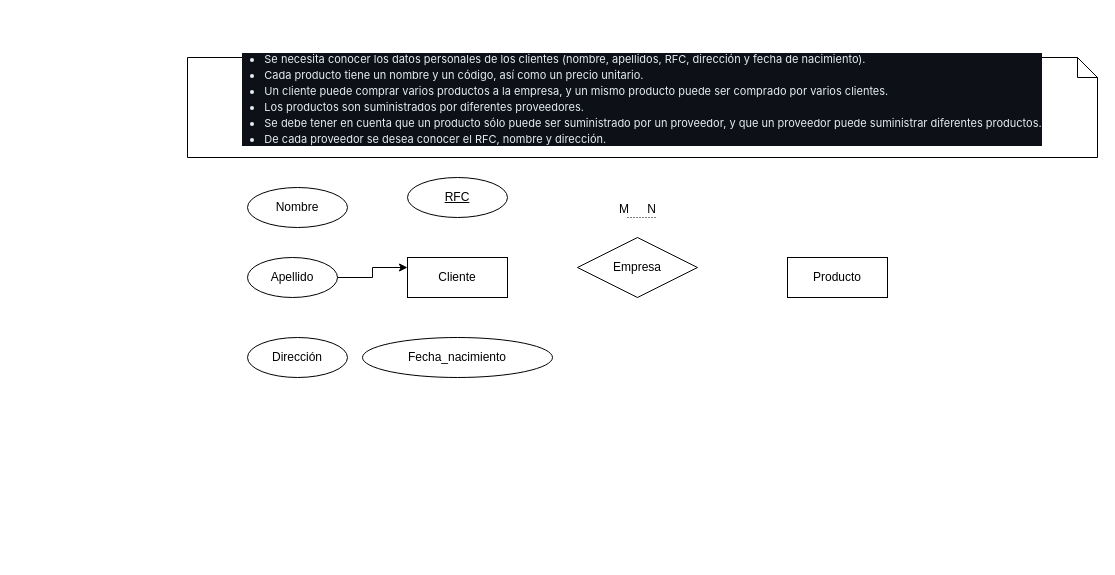
semjat/BASE-DE-DATOS-SEMJAT keeps this draw.io diagram as Diagrama sin título.drawio. Above is the earlier version. Source tidied: cells renumbered, new cells numbered last; positions are measured from the earlier drawing's top-left corner, leaving out a move shared by most shapes. Both pictures are drawn from the tidied source at 100%, with x=0, y=0 at pixel (187, 57).
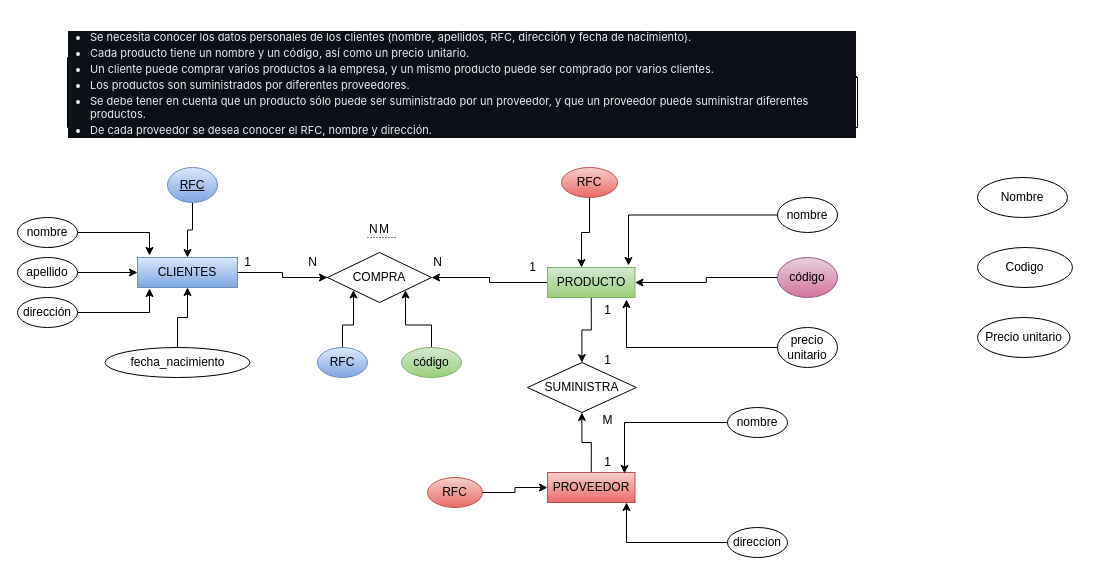
The same page after the edit.

Change to the diagram source:
```diff
@@
     <mxCell id="2" value="&lt;font style=&quot;font-size: 11px;&quot;&gt;&lt;br&gt;&lt;/font&gt;&lt;ul style=&quot;box-sizing: border-box; padding-left: 2em; margin-top: 0px; margin-bottom: 16px; color: rgb(230, 237, 243); font-family: -apple-system, BlinkMacSystemFont, &amp;quot;Segoe UI&amp;quot;, &amp;quot;Noto Sans&amp;quot;, Helvetica, Arial, sans-serif, &amp;quot;Apple Color Emoji&amp;quot;, &amp;quot;Segoe UI Emoji&amp;quot;; font-style: normal; font-variant-ligatures: normal; font-variant-caps: normal; font-weight: 400; letter-spacing: normal; orphans: 2; text-align: start; text-indent: 0px; text-transform: none; widows: 2; word-spacing: 0px; -webkit-text-stroke-width: 0px; background-color: rgb(13, 17, 23); text-decoration-thickness: initial; text-decoration-style: initial; text-decoration-color: initial; font-size: 11px;&quot; dir=&quot;auto&quot;&gt;&lt;li style=&quot;box-sizing: border-box;&quot;&gt;&lt;font style=&quot;font-size: 11px;&quot;&gt;Se necesita conocer los datos personales de los clientes (nombre, apellidos, RFC, dirección y fecha de nacimiento).&lt;/font&gt;&lt;/li&gt;&lt;li style=&quot;box-sizing: border-box; margin-top: 0.25em;&quot;&gt;&lt;font style=&quot;font-size: 11px;&quot;&gt;Cada producto tiene un nombre y un código, así como un precio unitario.&lt;/font&gt;&lt;/li&gt;&lt;li style=&quot;box-sizing: border-box; margin-top: 0.25em;&quot;&gt;&lt;font style=&quot;font-size: 11px;&quot;&gt;Un cliente puede comprar varios productos a la empresa, y un mismo producto puede ser comprado por varios clientes.&lt;/font&gt;&lt;/li&gt;&lt;li style=&quot;box-sizing: border-box; margin-top: 0.25em;&quot;&gt;&lt;font style=&quot;font-size: 11px;&quot;&gt;Los productos son suministrados por diferentes proveedores.&lt;/font&gt;&lt;/li&gt;&lt;li style=&quot;box-sizing: border-box; margin-top: 0.25em;&quot;&gt;&lt;font style=&quot;font-size: 11px;&quot;&gt;Se debe tener en cuenta que un producto sólo puede ser suministrado por un proveedor, y que un proveedor puede suministrar diferentes productos.&lt;/font&gt;&lt;/li&gt;&lt;li style=&quot;box-sizing: border-box; margin-top: 0.25em;&quot;&gt;&lt;font style=&quot;font-size: 11px;&quot;&gt;De cada proveedor se desea conocer el RFC, nombre y dirección.&lt;/font&gt;&lt;/li&gt;&lt;/ul&gt;&lt;font style=&quot;font-size: 11px;&quot;&gt;&lt;br&gt;&lt;/font&gt;" style="shape=note;size=20;whiteSpace=wrap;html=1;" parent="1" vertex="1">
-      <mxGeometry width="910" height="100" as="geometry" />
+      <mxGeometry x="-120" width="790" height="70" as="geometry" />
     </mxCell>
+    <mxCell id="15" style="edgeStyle=orthogonalEdgeStyle;rounded=0;jettySize=auto;html=1;exitX=1;exitY=0.5;exitDx=0;exitDy=0;entryX=0;entryY=0.5;entryDx=0;entryDy=0;" parent="1" edge="1" source="3" target="32">
+      <mxGeometry relative="1" as="geometry" />
+    </mxCell>
-    <mxCell id="3" value="Cliente" style="whiteSpace=wrap;html=1;align=center;" parent="1" vertex="1">
-      <mxGeometry x="220" y="200" width="100" height="40" as="geometry" />
+    <mxCell id="3" value="CLIENTES" style="whiteSpace=wrap;html=1;align=center;fillColor=#dae8fc;strokeColor=#6c8ebf;gradientColor=#7ea6e0;" parent="1" vertex="1">
+      <mxGeometry x="-50" y="200" width="100" height="30" as="geometry" />
     </mxCell>
+    <mxCell id="16" style="edgeStyle=orthogonalEdgeStyle;rounded=0;jettySize=auto;html=1;exitX=0;exitY=0.5;exitDx=0;exitDy=0;entryX=1;entryY=0.5;entryDx=0;entryDy=0;" parent="1" edge="1" source="4" target="32">
+      <mxGeometry relative="1" as="geometry" />
+    </mxCell>
+    <mxCell id="17" style="edgeStyle=orthogonalEdgeStyle;rounded=0;jettySize=auto;html=1;exitX=0.5;exitY=1;exitDx=0;exitDy=0;entryX=0.5;entryY=0;entryDx=0;entryDy=0;" parent="1" edge="1" source="4" target="29">
+      <mxGeometry relative="1" as="geometry" />
+    </mxCell>
-    <mxCell id="4" value="Producto" style="whiteSpace=wrap;html=1;align=center;" parent="1" vertex="1">
-      <mxGeometry x="600" y="200" width="100" height="40" as="geometry" />
+    <mxCell id="4" value="PRODUCTO" style="whiteSpace=wrap;html=1;align=center;fillColor=#d5e8d4;gradientColor=#97d077;strokeColor=#82b366;" parent="1" vertex="1">
+      <mxGeometry x="360" y="210" width="87.5" height="30" as="geometry" />
     </mxCell>
-    <mxCell id="5" value="Empresa" style="shape=rhombus;perimeter=rhombusPerimeter;whiteSpace=wrap;html=1;align=center;" parent="1" vertex="1">
-      <mxGeometry x="390" y="180" width="120" height="60" as="geometry" />
-    </mxCell>
+    <mxCell id="18" style="edgeStyle=orthogonalEdgeStyle;rounded=0;jettySize=auto;html=1;exitX=0.5;exitY=1;exitDx=0;exitDy=0;" parent="1" edge="1" source="6">
+      <mxGeometry relative="1" as="geometry">
+        <mxPoint x="-134.7" y="170" as="targetPoint" />
+      </mxGeometry>
+    </mxCell>
+    <mxCell id="19" style="edgeStyle=orthogonalEdgeStyle;rounded=0;jettySize=auto;html=1;exitX=1;exitY=0.5;exitDx=0;exitDy=0;entryX=0.12;entryY=-0.067;entryDx=0;entryDy=0;entryPerimeter=0;" parent="1" edge="1" source="6" target="3">
+      <mxGeometry relative="1" as="geometry" />
+    </mxCell>
-    <mxCell id="6" value="Nombre" style="ellipse;whiteSpace=wrap;html=1;align=center;" parent="1" vertex="1">
-      <mxGeometry x="60" y="130" width="100" height="40" as="geometry" />
+    <mxCell id="6" value="nombre" style="ellipse;whiteSpace=wrap;html=1;align=center;" parent="1" vertex="1">
+      <mxGeometry x="-170" y="160" width="60" height="30" as="geometry" />
     </mxCell>
-    <mxCell id="7" style="edgeStyle=orthogonalEdgeStyle;rounded=0;jettySize=auto;html=1;exitX=1;exitY=0.5;exitDx=0;exitDy=0;entryX=0;entryY=0.25;entryDx=0;entryDy=0;" parent="1" edge="1" source="8" target="3">
+    <mxCell id="7" style="edgeStyle=orthogonalEdgeStyle;rounded=0;jettySize=auto;html=1;exitX=1;exitY=0.5;exitDx=0;exitDy=0;entryX=0;entryY=0.5;entryDx=0;entryDy=0;" parent="1" edge="1" source="8" target="3">
       <mxGeometry relative="1" as="geometry" />
     </mxCell>
-    <mxCell id="8" value="Apellido" style="ellipse;whiteSpace=wrap;html=1;align=center;" parent="1" vertex="1">
-      <mxGeometry x="60" y="200" width="90" height="40" as="geometry" />
+    <mxCell id="8" value="apellido" style="ellipse;whiteSpace=wrap;html=1;align=center;" parent="1" vertex="1">
+      <mxGeometry x="-170" y="200" width="60" height="30" as="geometry" />
     </mxCell>
+    <mxCell id="20" style="edgeStyle=orthogonalEdgeStyle;rounded=0;jettySize=auto;html=1;exitX=1;exitY=0.5;exitDx=0;exitDy=0;entryX=0.12;entryY=1.033;entryDx=0;entryDy=0;entryPerimeter=0;" parent="1" edge="1" source="9" target="3">
+      <mxGeometry relative="1" as="geometry" />
+    </mxCell>
-    <mxCell id="9" value="Dirección" style="ellipse;whiteSpace=wrap;html=1;align=center;" parent="1" vertex="1">
-      <mxGeometry x="60" y="280" width="100" height="40" as="geometry" />
+    <mxCell id="9" value="dirección" style="ellipse;whiteSpace=wrap;html=1;align=center;" parent="1" vertex="1">
+      <mxGeometry x="-170" y="240" width="60" height="30" as="geometry" />
     </mxCell>
+    <mxCell id="21" style="edgeStyle=orthogonalEdgeStyle;rounded=0;jettySize=auto;html=1;exitX=0.5;exitY=1;exitDx=0;exitDy=0;entryX=0.5;entryY=0;entryDx=0;entryDy=0;" parent="1" edge="1" source="10" target="3">
+      <mxGeometry relative="1" as="geometry" />
+    </mxCell>
-    <mxCell id="10" value="RFC" style="ellipse;whiteSpace=wrap;html=1;align=center;fontStyle=4;" parent="1" vertex="1">
-      <mxGeometry x="220" y="120" width="100" height="40" as="geometry" />
+    <mxCell id="10" value="RFC" style="ellipse;whiteSpace=wrap;html=1;align=center;fontStyle=4;fillColor=#dae8fc;strokeColor=#6c8ebf;gradientColor=#7ea6e0;" parent="1" vertex="1">
+      <mxGeometry x="-20" y="110" width="50" height="35" as="geometry" />
     </mxCell>
+    <mxCell id="22" style="edgeStyle=orthogonalEdgeStyle;rounded=0;jettySize=auto;html=1;exitX=0.5;exitY=0;exitDx=0;exitDy=0;" parent="1" edge="1" source="11" target="3">
+      <mxGeometry relative="1" as="geometry" />
+    </mxCell>
-    <mxCell id="11" value="Fecha_nacimiento" style="ellipse;whiteSpace=wrap;html=1;align=center;" parent="1" vertex="1">
-      <mxGeometry x="175" y="280" width="190" height="40" as="geometry" />
+    <mxCell id="11" value="fecha_nacimiento" style="ellipse;whiteSpace=wrap;html=1;align=center;" parent="1" vertex="1">
+      <mxGeometry x="-82.5" y="290" width="145" height="30" as="geometry" />
     </mxCell>
     <mxCell id="12" style="endArrow=none;html=1;rounded=0;dashed=1;dashPattern=1 2;" parent="1" edge="1">
       <mxGeometry relative="1" as="geometry">
-        <mxPoint x="440" y="160" as="sourcePoint" />
-        <mxPoint x="470" y="160" as="targetPoint" />
+        <mxPoint x="180" y="180" as="sourcePoint" />
+        <mxPoint x="210" y="180" as="targetPoint" />
       </mxGeometry>
     </mxCell>
-    <mxCell id="13" value="M" style="html=1;whiteSpace=wrap;align=left;verticalAlign=bottom;" parent="12" vertex="1">
-      <mxGeometry x="-1" relative="1" as="geometry">
-        <mxPoint x="-10" as="offset" />
-      </mxGeometry>
+    <mxCell id="13" value="N" style="html=1;whiteSpace=wrap;align=left;verticalAlign=bottom;" parent="12" vertex="1">
+      <mxGeometry x="-1" relative="1" as="geometry" />
     </mxCell>
-    <mxCell id="14" value="N" style="html=1;whiteSpace=wrap;align=right;verticalAlign=bottom;" parent="12" vertex="1">
-      <mxGeometry x="1" relative="1" as="geometry" />
+    <mxCell id="14" value="M" style="html=1;whiteSpace=wrap;align=right;verticalAlign=bottom;" parent="12" vertex="1">
+      <mxGeometry x="1" relative="1" as="geometry">
+        <mxPoint x="-7" as="offset" />
+      </mxGeometry>
     </mxCell>
+    <mxCell id="23" style="edgeStyle=orthogonalEdgeStyle;rounded=0;jettySize=auto;html=1;exitX=0.5;exitY=1;exitDx=0;exitDy=0;entryX=0.389;entryY=0;entryDx=0;entryDy=0;entryPerimeter=0;" parent="1" edge="1" source="24" target="4">
+      <mxGeometry relative="1" as="geometry" />
+    </mxCell>
+    <mxCell id="24" value="RFC" style="ellipse;whiteSpace=wrap;html=1;fillColor=#f8cecc;strokeColor=#b85450;gradientColor=#ea6b66;" parent="1" vertex="1">
+      <mxGeometry x="374" y="110" width="56" height="30" as="geometry" />
+    </mxCell>
+    <mxCell id="25" value="Nombre" style="ellipse;whiteSpace=wrap;html=1;" parent="1" vertex="1">
+      <mxGeometry x="790" y="120" width="90" height="40" as="geometry" />
+    </mxCell>
+    <mxCell id="26" value="Codigo" style="ellipse;whiteSpace=wrap;html=1;" parent="1" vertex="1">
+      <mxGeometry x="790" y="190" width="95" height="40" as="geometry" />
+    </mxCell>
+    <mxCell id="27" value="Precio unitario" style="ellipse;whiteSpace=wrap;html=1;" parent="1" vertex="1">
+      <mxGeometry x="790" y="260" width="92.5" height="40" as="geometry" />
+    </mxCell>
+    <mxCell id="28" style="ellipse;whiteSpace=wrap;html=1;" parent="1" vertex="1">
+      <mxGeometry x="600" y="80" width="90" as="geometry" />
+    </mxCell>
+    <mxCell id="29" value="SUMINISTRA" style="rhombus;whiteSpace=wrap;html=1;" parent="1" vertex="1">
+      <mxGeometry x="340" y="305" width="108.8" height="50" as="geometry" />
+    </mxCell>
+    <mxCell id="30" style="edgeStyle=orthogonalEdgeStyle;rounded=0;jettySize=auto;html=1;exitX=0.5;exitY=0;exitDx=0;exitDy=0;entryX=0.5;entryY=1;entryDx=0;entryDy=0;" parent="1" edge="1" source="31" target="29">
+      <mxGeometry relative="1" as="geometry" />
+    </mxCell>
+    <mxCell id="31" value="PROVEEDOR" style="rounded=0;whiteSpace=wrap;html=1;fillColor=#f8cecc;gradientColor=#ea6b66;strokeColor=#b85450;" parent="1" vertex="1">
+      <mxGeometry x="360" y="415" width="87.5" height="30" as="geometry" />
+    </mxCell>
+    <mxCell id="32" value="COMPRA" style="rhombus;whiteSpace=wrap;html=1;" parent="1" vertex="1">
+      <mxGeometry x="140" y="195" width="104" height="50" as="geometry" />
+    </mxCell>
+    <mxCell id="33" style="edgeStyle=orthogonalEdgeStyle;rounded=0;jettySize=auto;html=1;exitX=0.5;exitY=0;exitDx=0;exitDy=0;entryX=0;entryY=1;entryDx=0;entryDy=0;" parent="1" edge="1" source="34" target="32">
+      <mxGeometry relative="1" as="geometry" />
+    </mxCell>
+    <mxCell id="34" value="RFC" style="ellipse;whiteSpace=wrap;html=1;align=center;fillColor=#dae8fc;gradientColor=#7ea6e0;strokeColor=#6c8ebf;" parent="1" vertex="1">
+      <mxGeometry x="130" y="290" width="50" height="30" as="geometry" />
+    </mxCell>
+    <mxCell id="35" style="edgeStyle=orthogonalEdgeStyle;rounded=0;jettySize=auto;html=1;exitX=0.5;exitY=0;exitDx=0;exitDy=0;entryX=1;entryY=1;entryDx=0;entryDy=0;" parent="1" edge="1" source="36" target="32">
+      <mxGeometry relative="1" as="geometry" />
+    </mxCell>
+    <mxCell id="36" value="código" style="ellipse;whiteSpace=wrap;html=1;align=center;fillColor=#d5e8d4;gradientColor=#97d077;strokeColor=#82b366;" parent="1" vertex="1">
+      <mxGeometry x="214" y="290" width="60" height="30" as="geometry" />
+    </mxCell>
+    <mxCell id="37" style="edgeStyle=orthogonalEdgeStyle;rounded=0;jettySize=auto;html=1;exitX=1;exitY=0.5;exitDx=0;exitDy=0;entryX=0;entryY=0.5;entryDx=0;entryDy=0;" parent="1" edge="1" source="38" target="31">
+      <mxGeometry relative="1" as="geometry" />
+    </mxCell>
+    <mxCell id="38" value="RFC" style="ellipse;whiteSpace=wrap;html=1;align=center;fillColor=#f8cecc;strokeColor=#b85450;gradientColor=#ea6b66;" parent="1" vertex="1">
+      <mxGeometry x="240" y="420" width="55" height="30" as="geometry" />
+    </mxCell>
+    <mxCell id="39" style="edgeStyle=orthogonalEdgeStyle;rounded=0;jettySize=auto;html=1;exitX=0;exitY=0.5;exitDx=0;exitDy=0;entryX=0.88;entryY=0.033;entryDx=0;entryDy=0;entryPerimeter=0;" parent="1" edge="1" source="40" target="31">
+      <mxGeometry relative="1" as="geometry" />
+    </mxCell>
+    <mxCell id="40" value="nombre" style="ellipse;whiteSpace=wrap;html=1;align=center;" parent="1" vertex="1">
+      <mxGeometry x="540" y="350" width="60" height="30" as="geometry" />
+    </mxCell>
+    <mxCell id="41" style="edgeStyle=orthogonalEdgeStyle;rounded=0;jettySize=auto;html=1;exitX=0;exitY=0.5;exitDx=0;exitDy=0;entryX=0.903;entryY=1;entryDx=0;entryDy=0;entryPerimeter=0;" parent="1" edge="1" source="42" target="31">
+      <mxGeometry relative="1" as="geometry" />
+    </mxCell>
+    <mxCell id="42" value="direccion" style="ellipse;whiteSpace=wrap;html=1;align=center;" parent="1" vertex="1">
+      <mxGeometry x="540" y="470" width="60" height="30" as="geometry" />
+    </mxCell>
+    <mxCell id="43" style="edgeStyle=orthogonalEdgeStyle;rounded=0;jettySize=auto;html=1;exitX=0;exitY=0.5;exitDx=0;exitDy=0;entryX=0.926;entryY=-0.067;entryDx=0;entryDy=0;entryPerimeter=0;" parent="1" edge="1" source="44" target="4">
+      <mxGeometry relative="1" as="geometry" />
+    </mxCell>
+    <mxCell id="44" value="nombre" style="ellipse;whiteSpace=wrap;html=1;align=center;" parent="1" vertex="1">
+      <mxGeometry x="590" y="140" width="60" height="35" as="geometry" />
+    </mxCell>
+    <mxCell id="45" style="edgeStyle=orthogonalEdgeStyle;rounded=0;jettySize=auto;html=1;exitX=0;exitY=0.5;exitDx=0;exitDy=0;" parent="1" edge="1" source="46" target="4">
+      <mxGeometry relative="1" as="geometry" />
+    </mxCell>
+    <mxCell id="46" value="código" style="ellipse;whiteSpace=wrap;html=1;align=center;fillColor=#e6d0de;gradientColor=#d5739d;strokeColor=#996185;" parent="1" vertex="1">
+      <mxGeometry x="590" y="200" width="60" height="40" as="geometry" />
+    </mxCell>
+    <mxCell id="47" style="edgeStyle=orthogonalEdgeStyle;rounded=0;jettySize=auto;html=1;exitX=0;exitY=0.5;exitDx=0;exitDy=0;entryX=0.903;entryY=1.067;entryDx=0;entryDy=0;entryPerimeter=0;" parent="1" edge="1" source="48" target="4">
+      <mxGeometry relative="1" as="geometry" />
+    </mxCell>
+    <mxCell id="48" value="precio unitario" style="ellipse;whiteSpace=wrap;html=1;align=center;" parent="1" vertex="1">
+      <mxGeometry x="590" y="270" width="60" height="40" as="geometry" />
+    </mxCell>
+    <mxCell id="49" value="1" style="text;html=1;align=center;verticalAlign=middle;strokeColor=none;fillColor=none;" parent="1" vertex="1">
+      <mxGeometry x="405" y="288" width="30" height="30" as="geometry" />
+    </mxCell>
+    <mxCell id="50" value="M" style="text;html=1;align=center;verticalAlign=middle;strokeColor=none;fillColor=none;" parent="1" vertex="1">
+      <mxGeometry x="405" y="348" width="30" height="30" as="geometry" />
+    </mxCell>
+    <mxCell id="51" value="1" style="text;html=1;align=center;verticalAlign=middle;strokeColor=none;fillColor=none;" parent="1" vertex="1">
+      <mxGeometry x="405" y="238" width="30" height="30" as="geometry" />
+    </mxCell>
+    <mxCell id="52" value="1" style="text;html=1;align=center;verticalAlign=middle;strokeColor=none;fillColor=none;" parent="1" vertex="1">
+      <mxGeometry x="405" y="390" width="30" height="30" as="geometry" />
+    </mxCell>
+    <mxCell id="53" value="1" style="text;html=1;align=center;verticalAlign=middle;strokeColor=none;fillColor=none;" parent="1" vertex="1">
+      <mxGeometry x="330" y="195" width="30" height="30" as="geometry" />
+    </mxCell>
+    <mxCell id="54" value="N" style="text;html=1;align=center;verticalAlign=middle;strokeColor=none;fillColor=none;" parent="1" vertex="1">
+      <mxGeometry x="235" y="190" width="30" height="30" as="geometry" />
+    </mxCell>
+    <mxCell id="55" value="N" style="text;html=1;align=center;verticalAlign=middle;strokeColor=none;fillColor=none;" parent="1" vertex="1">
+      <mxGeometry x="110" y="190" width="30" height="30" as="geometry" />
+    </mxCell>
+    <mxCell id="56" value="1" style="text;html=1;align=center;verticalAlign=middle;strokeColor=none;fillColor=none;" parent="1" vertex="1">
+      <mxGeometry x="45" y="190" width="30" height="30" as="geometry" />
+    </mxCell>
```
